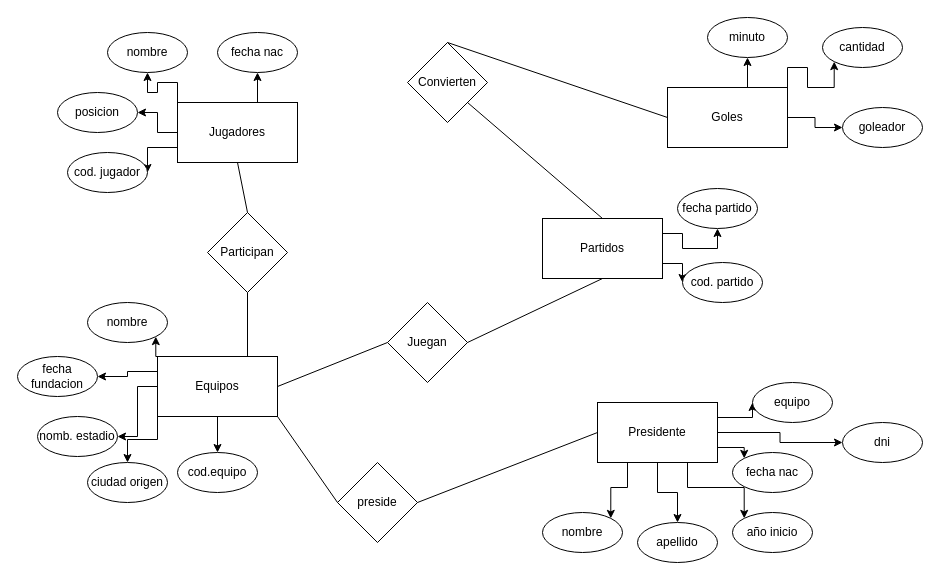
Above: BDD ejercicio 8.drawio in JoaquinIVL95/BDD---TUDW (draw.io), before the change. Source tidied: cells renumbered, new cells numbered last; positions are measured from the earlier drawing's top-left corner, leaving out a move shared by most shapes. Both pictures are drawn from the tidied source at 100%, with x=0, y=0 at pixel (17, 17).
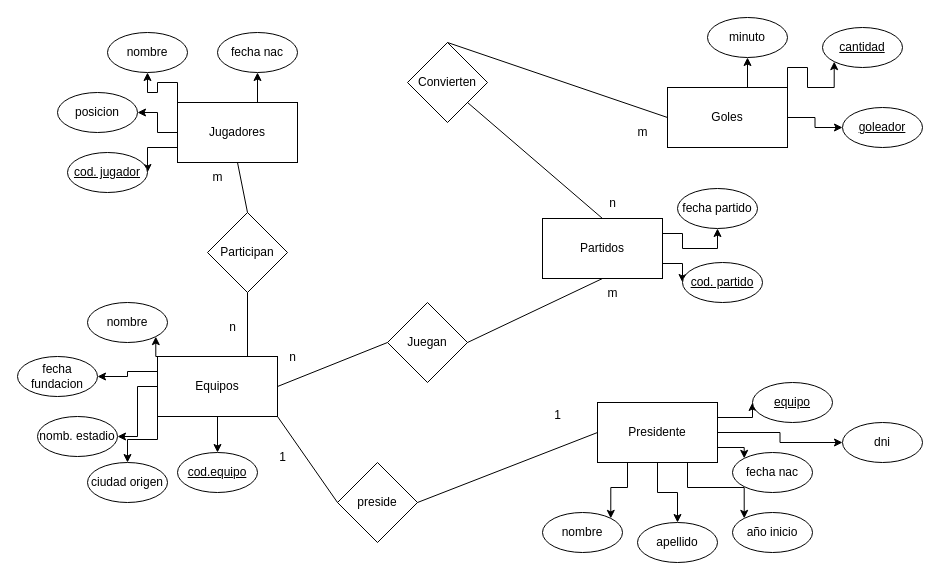
The same page after the edit.

Diff of the diagram source:
```diff
@@
-    <mxCell id="30" value="cod. jugador" style="ellipse;whiteSpace=wrap;html=1;" parent="1" vertex="1">
+    <mxCell id="30" value="&lt;u&gt;cod. jugador&lt;/u&gt;" style="ellipse;whiteSpace=wrap;html=1;" parent="1" vertex="1">
       <mxGeometry x="50" y="135" width="80" height="40" as="geometry" />
     </mxCell>
@@
-    <mxCell id="35" value="cod.equipo" style="ellipse;whiteSpace=wrap;html=1;" parent="1" vertex="1">
+    <mxCell id="35" value="&lt;u&gt;cod.equipo&lt;/u&gt;" style="ellipse;whiteSpace=wrap;html=1;" parent="1" vertex="1">
       <mxGeometry x="160" y="435" width="80" height="40" as="geometry" />
     </mxCell>
@@
-    <mxCell id="37" value="cod. partido" style="ellipse;whiteSpace=wrap;html=1;" parent="1" vertex="1">
+    <mxCell id="37" value="&lt;u&gt;cod. partido&lt;/u&gt;" style="ellipse;whiteSpace=wrap;html=1;" parent="1" vertex="1">
       <mxGeometry x="665" y="245" width="80" height="40" as="geometry" />
     </mxCell>
-    <mxCell id="38" value="cantidad" style="ellipse;whiteSpace=wrap;html=1;" parent="1" vertex="1">
+    <mxCell id="38" value="&lt;u&gt;cantidad&lt;/u&gt;" style="ellipse;whiteSpace=wrap;html=1;" parent="1" vertex="1">
       <mxGeometry x="805" y="10" width="80" height="40" as="geometry" />
     </mxCell>
-    <mxCell id="39" value="goleador" style="ellipse;whiteSpace=wrap;html=1;" parent="1" vertex="1">
+    <mxCell id="39" value="&lt;u&gt;goleador&lt;/u&gt;" style="ellipse;whiteSpace=wrap;html=1;" parent="1" vertex="1">
       <mxGeometry x="825" y="90" width="80" height="40" as="geometry" />
     </mxCell>
@@
-    <mxCell id="45" value="dni" style="ellipse;whiteSpace=wrap;html=1;" parent="1" vertex="1">
+    <mxCell id="45" value="&lt;span&gt;dni&lt;/span&gt;" style="ellipse;whiteSpace=wrap;html=1;" parent="1" vertex="1">
       <mxGeometry x="825" y="405" width="80" height="40" as="geometry" />
     </mxCell>
@@
-    <mxCell id="49" value="equipo" style="ellipse;whiteSpace=wrap;html=1;" parent="1" vertex="1">
+    <mxCell id="49" value="&lt;u&gt;equipo&lt;/u&gt;" style="ellipse;whiteSpace=wrap;html=1;" parent="1" vertex="1">
       <mxGeometry x="735" y="365" width="80" height="40" as="geometry" />
     </mxCell>
@@
+    <mxCell id="59" value="n" style="text;html=1;align=center;verticalAlign=middle;strokeColor=none;fillColor=none;" parent="1" vertex="1">
+      <mxGeometry x="200" y="295" width="30" height="30" as="geometry" />
+    </mxCell>
+    <mxCell id="60" value="m" style="text;html=1;align=center;verticalAlign=middle;strokeColor=none;fillColor=none;" parent="1" vertex="1">
+      <mxGeometry x="185" y="145" width="30" height="30" as="geometry" />
+    </mxCell>
+    <mxCell id="61" value="1" style="text;html=1;align=center;verticalAlign=middle;strokeColor=none;fillColor=none;" parent="1" vertex="1">
+      <mxGeometry x="525" y="383" width="30" height="30" as="geometry" />
+    </mxCell>
+    <mxCell id="62" value="1" style="text;html=1;align=center;verticalAlign=middle;strokeColor=none;fillColor=none;" parent="1" vertex="1">
+      <mxGeometry x="250" y="425" width="30" height="30" as="geometry" />
+    </mxCell>
+    <mxCell id="63" value="n" style="text;html=1;align=center;verticalAlign=middle;strokeColor=none;fillColor=none;" parent="1" vertex="1">
+      <mxGeometry x="260" y="325" width="30" height="30" as="geometry" />
+    </mxCell>
+    <mxCell id="64" value="m" style="text;html=1;align=center;verticalAlign=middle;strokeColor=none;fillColor=none;" parent="1" vertex="1">
+      <mxGeometry x="580" y="261" width="30" height="30" as="geometry" />
+    </mxCell>
+    <mxCell id="65" value="n" style="text;html=1;align=center;verticalAlign=middle;strokeColor=none;fillColor=none;" parent="1" vertex="1">
+      <mxGeometry x="580" y="171" width="30" height="30" as="geometry" />
+    </mxCell>
+    <mxCell id="66" value="m" style="text;html=1;align=center;verticalAlign=middle;strokeColor=none;fillColor=none;" parent="1" vertex="1">
+      <mxGeometry x="610" y="100" width="30" height="30" as="geometry" />
+    </mxCell>
```
